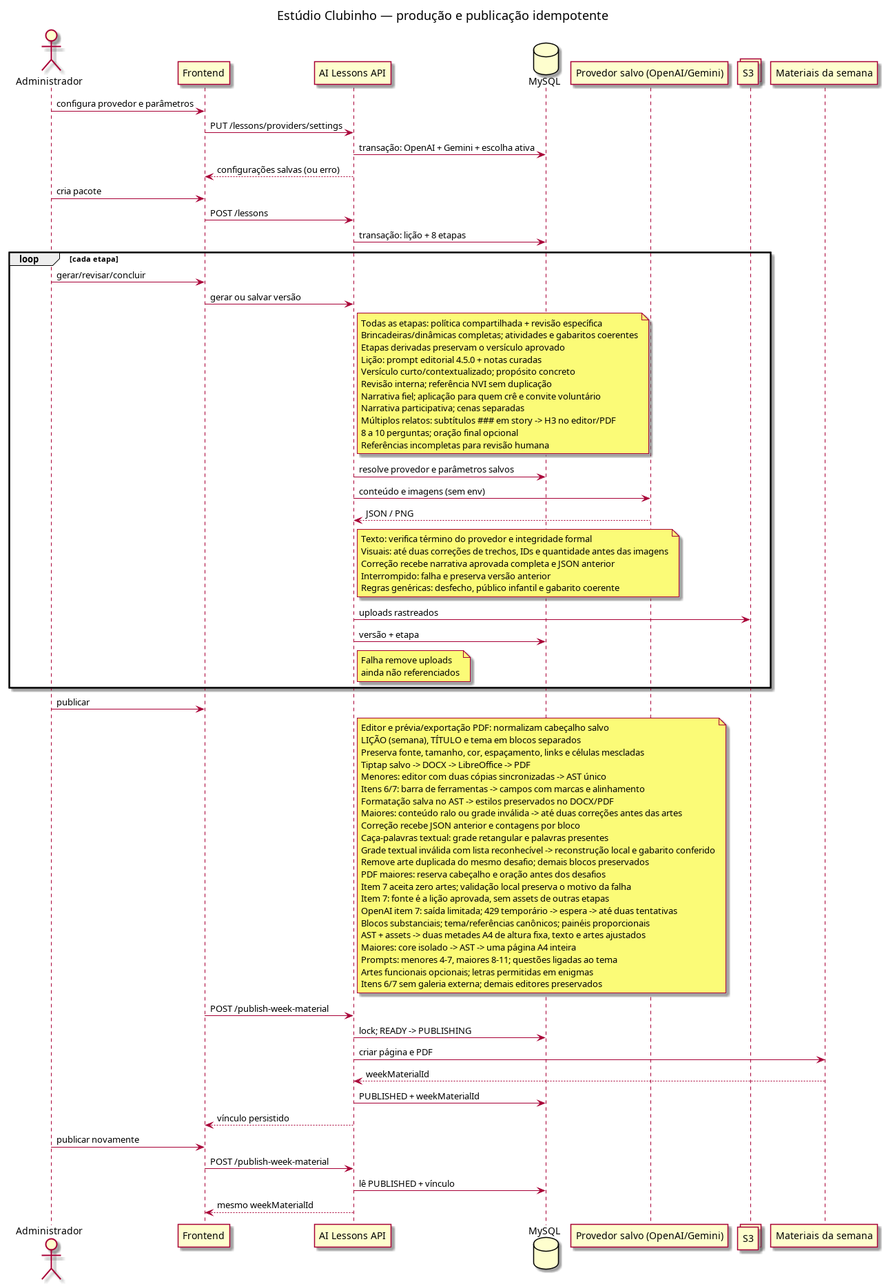
ministerioclubinhos/clubinhonib-api keeps this PlantUML diagram as docs/diagrams/flow/ai-lessons/ai-lessons-flow.png. Above is the earlier version. Its source is kept beside it as docs/diagrams/flow/ai-lessons/ai-lessons-flow.puml.
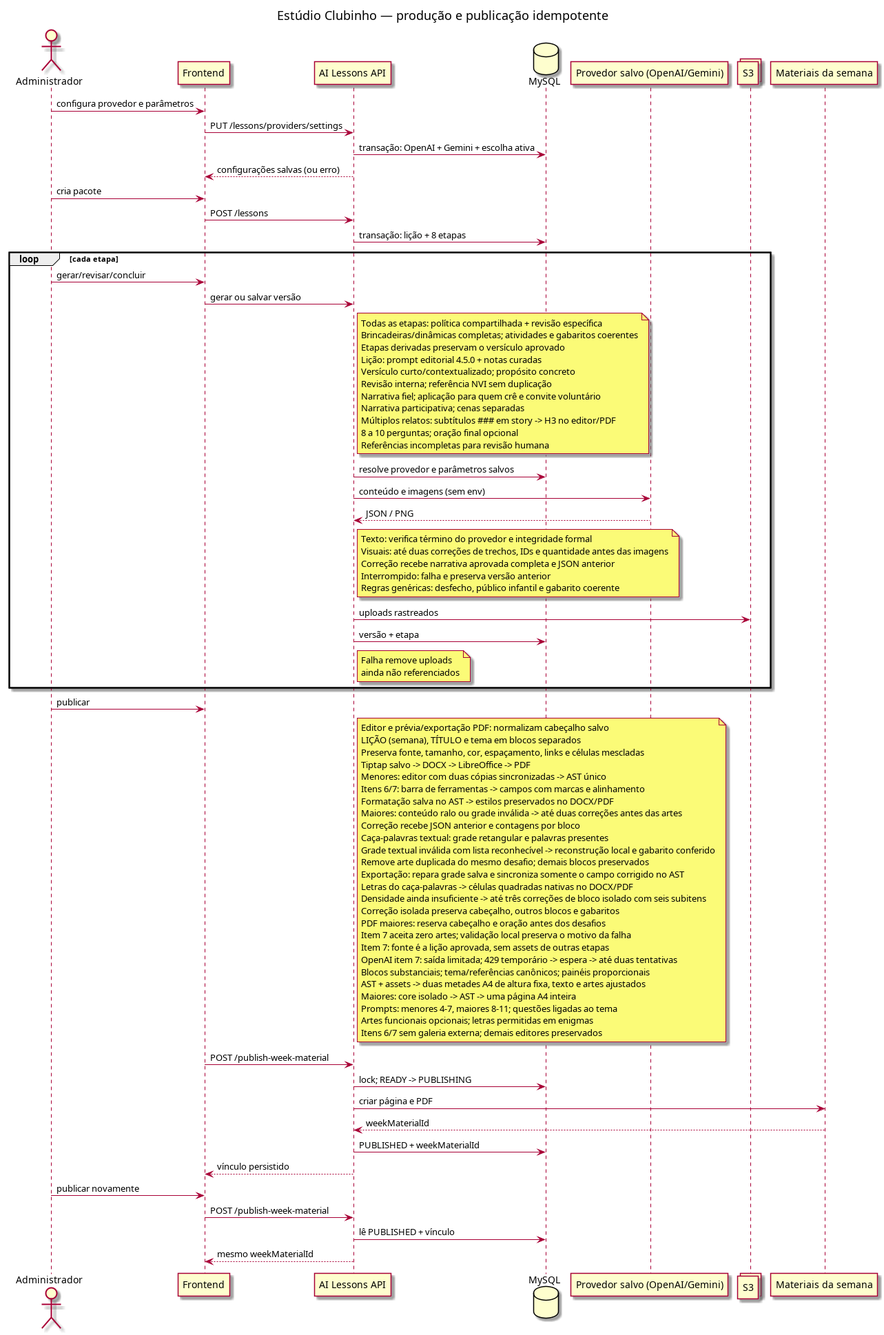
After the commit.

Diff of the diagram source:
```diff
@@ -65,6 +65,10 @@
   Caça-palavras textual: grade retangular e palavras presentes
   Grade textual inválida com lista reconhecível -> reconstrução local e gabarito conferido
   Remove arte duplicada do mesmo desafio; demais blocos preservados
+  Exportação: repara grade salva e sincroniza somente o campo corrigido no AST
+  Letras do caça-palavras -> células quadradas nativas no DOCX/PDF
+  Densidade ainda insuficiente -> até três correções de bloco isolado com seis subitens
+  Correção isolada preserva cabeçalho, outros blocos e gabaritos
   PDF maiores: reserva cabeçalho e oração antes dos desafios
   Item 7 aceita zero artes; validação local preserva o motivo da falha
   Item 7: fonte é a lição aprovada, sem assets de outras etapas
```
